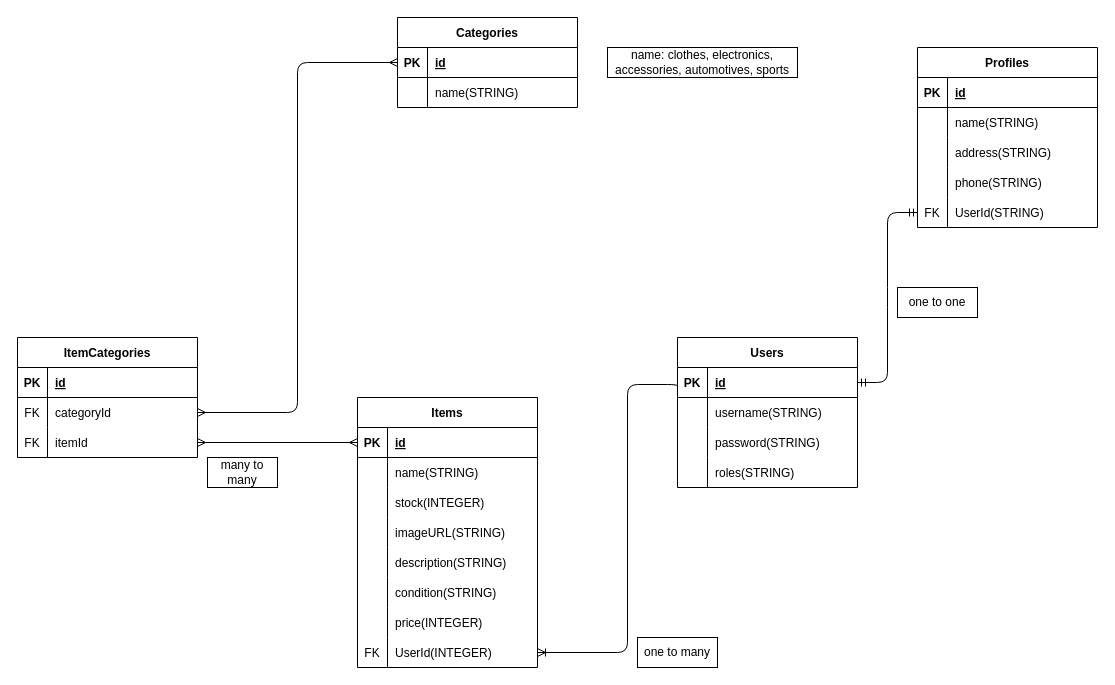
The draw.io diagram scheme/barangbarengan.drawio in DawnProspect/BarangBarengan, before the edit. Source tidied: cells renumbered, new cells numbered last; positions are measured from the earlier drawing's top-left corner, leaving out a move shared by most shapes. Both pictures are drawn from the tidied source at 100%, with x=0, y=0 at pixel (17, 17).
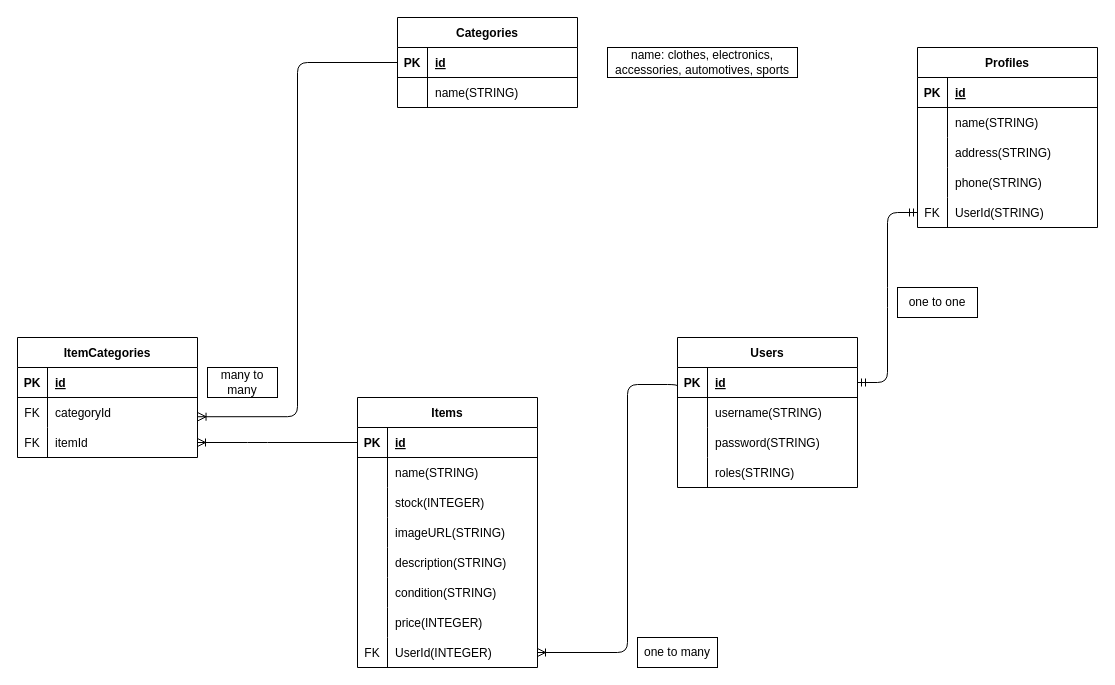
The same page after the edit.

Unchanged cells that the change refers to:
```xml
<mxCell id="16" style="shape=tableRow;horizontal=0;startSize=0;swimlaneHead=0;swimlaneBody=0;fillColor=none;points=[[0,0.5],[1,0.5]];portConstraint=eastwest;top=0;left=0;right=0;bottom=1;" parent="15" vertex="1">
  <mxGeometry y="30" width="180" height="30" as="geometry" />
</mxCell>
<mxCell id="41" style="shape=tableRow;horizontal=0;startSize=0;swimlaneHead=0;swimlaneBody=0;fillColor=none;points=[[0,0.5],[1,0.5]];portConstraint=eastwest;top=0;left=0;right=0;bottom=1;" parent="40" vertex="1">
  <mxGeometry y="30" width="180" height="30" as="geometry" />
</mxCell>
<mxCell id="71" style="shape=tableRow;horizontal=0;startSize=0;swimlaneHead=0;swimlaneBody=0;fillColor=none;points=[[0,0.5],[1,0.5]];portConstraint=eastwest;top=0;left=0;right=0;bottom=0;" parent="67" vertex="1">
  <mxGeometry y="60" width="180" height="30" as="geometry" />
</mxCell>
<mxCell id="74" style="shape=tableRow;horizontal=0;startSize=0;swimlaneHead=0;swimlaneBody=0;fillColor=none;points=[[0,0.5],[1,0.5]];portConstraint=eastwest;top=0;left=0;right=0;bottom=0;" parent="67" vertex="1">
  <mxGeometry y="90" width="180" height="30" as="geometry" />
</mxCell>
```

The edit, as a diff of the source:
```diff
@@
-    <mxCell id="77" style="edgeStyle=orthogonalEdgeStyle;fontSize=12;html=1;endArrow=ERmany;startArrow=ERmany;entryX=0;entryY=0.5;entryDx=0;entryDy=0;exitX=1;exitY=0.5;exitDx=0;exitDy=0;" parent="1" edge="1" source="71" target="41">
-      <mxGeometry relative="1" as="geometry" />
-    </mxCell>
-    <mxCell id="78" style="edgeStyle=orthogonalEdgeStyle;fontSize=12;html=1;endArrow=ERmany;startArrow=ERmany;exitX=1;exitY=0.5;exitDx=0;exitDy=0;entryX=0;entryY=0.5;entryDx=0;entryDy=0;" parent="1" edge="1" source="74" target="16">
-      <mxGeometry relative="1" as="geometry" />
-    </mxCell>
     <mxCell id="79" value="many to many" style="rounded=0;whiteSpace=wrap;html=1;" parent="1" vertex="1">
-      <mxGeometry x="190" y="440" width="70" height="30" as="geometry" />
+      <mxGeometry x="190" y="350" width="70" height="30" as="geometry" />
     </mxCell>
@@
+    <mxCell id="81" style="edgeStyle=orthogonalEdgeStyle;fontSize=12;html=1;endArrow=ERoneToMany;exitX=0;exitY=0.5;exitDx=0;exitDy=0;entryX=1.003;entryY=0.641;entryDx=0;entryDy=0;entryPerimeter=0;" parent="1" edge="1" source="41" target="71">
+      <mxGeometry relative="1" as="geometry">
+        <Array as="points">
+          <mxPoint x="280" y="45" />
+          <mxPoint x="280" y="399" />
+        </Array>
+      </mxGeometry>
+    </mxCell>
+    <mxCell id="82" style="edgeStyle=orthogonalEdgeStyle;fontSize=12;html=1;endArrow=ERoneToMany;exitX=0;exitY=0.5;exitDx=0;exitDy=0;entryX=1;entryY=0.5;entryDx=0;entryDy=0;" parent="1" edge="1" source="16" target="74">
+      <mxGeometry relative="1" as="geometry">
+        <Array as="points">
+          <mxPoint x="240" y="425" />
+          <mxPoint x="240" y="425" />
+        </Array>
+      </mxGeometry>
+    </mxCell>
```
